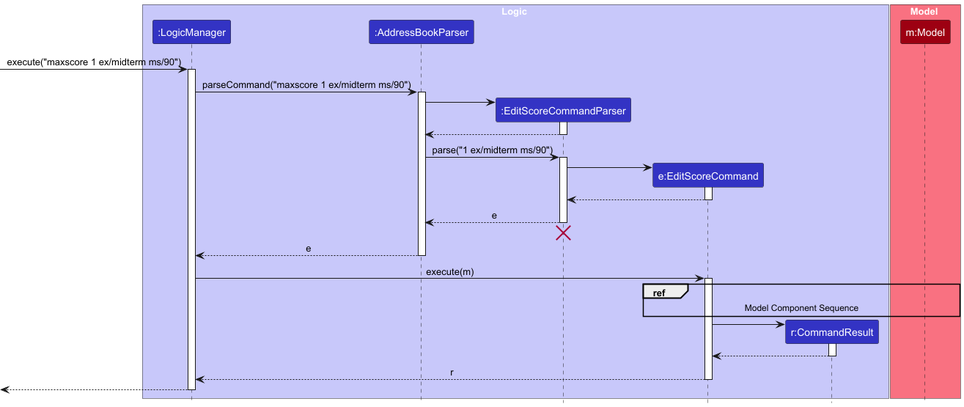
Before: docs/images/EditScoreCommandSequenceDiagram-Logic.png, a diagram exported from PlantUML (yoyongxuan/tp).
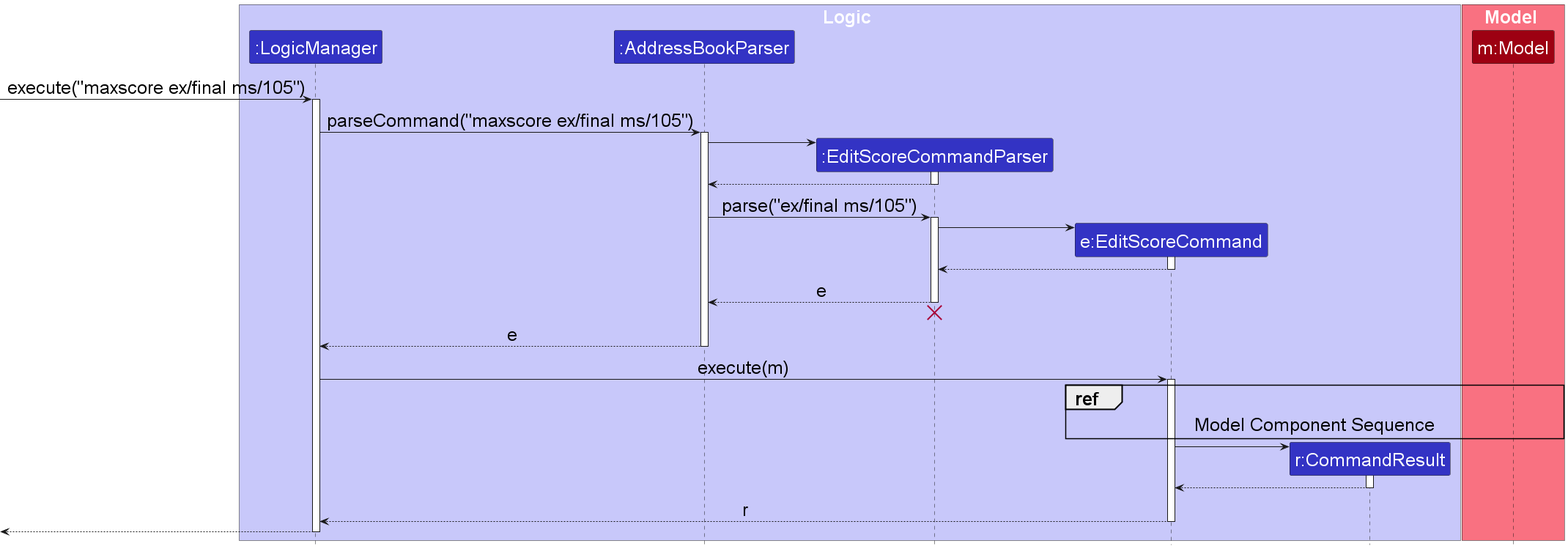
Above is the later version.

Commit message:
Updated UML diagram fonts and use cases

The edit, as a diff of the source:
```diff
@@ -1,6 +1,7 @@
 @startuml
 !include style.puml
 skinparam ArrowFontStyle plain
+skinparam DefaultFontSize 25
 
 box Logic LOGIC_COLOR_T1
 participant ":LogicManager" as LogicManager LOGIC_COLOR
@@ -14,10 +15,10 @@
 participant "m:Model" as Model MODEL_COLOR
 end box
 
-[-> LogicManager : execute("maxscore 1 ex/midterm ms/90")
+[-> LogicManager : execute("maxscore ex/final ms/105")
 activate LogicManager
 
-LogicManager -> AddressBookParser : parseCommand("maxscore 1 ex/midterm ms/90")
+LogicManager -> AddressBookParser : parseCommand("maxscore ex/final ms/105")
 activate AddressBookParser
 
 create EditScoreCommandParser
@@ -27,7 +28,7 @@
 EditScoreCommandParser --> AddressBookParser
 deactivate EditScoreCommandParser
 
-AddressBookParser -> EditScoreCommandParser : parse("1 ex/midterm ms/90")
+AddressBookParser -> EditScoreCommandParser : parse("ex/final ms/105")
 activate EditScoreCommandParser
 
 create EditScoreCommand
```
